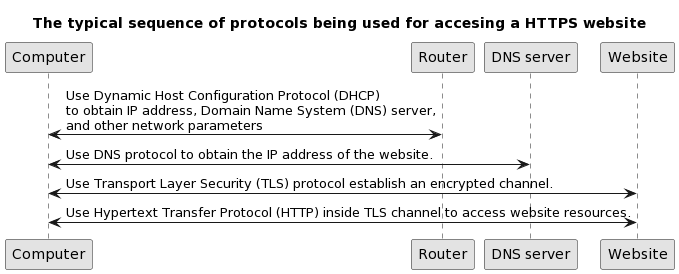
Above: paper/graphics/puml/typical-sequence-of-https.png in YongBinnnnnnnnnnnnnnnnnnnnnnnnnnnnnnnnn/hood (PlantUML), before the change.
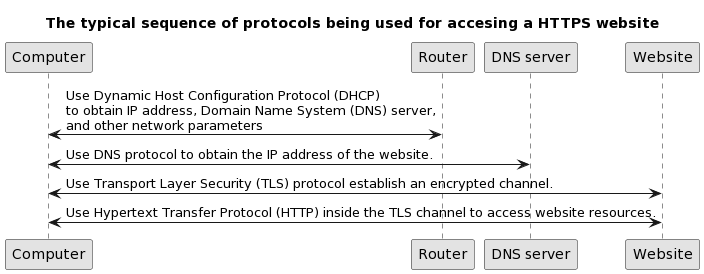
After the change.

Commit message:
update typical-sequence-of-https

What changed in the source:
```diff
@@ -13,5 +13,5 @@
 Computer <-> Router: Use Dynamic Host Configuration Protocol (DHCP)\nto obtain IP address, Domain Name System (DNS) server,\nand other network parameters
 Computer <-> DNS: Use DNS protocol to obtain the IP address of the website.
 Computer <-> Website: Use Transport Layer Security (TLS) protocol establish an encrypted channel.
-Computer <-> Website: Use Hypertext Transfer Protocol (HTTP) inside TLS channel to access website resources.
+Computer <-> Website: Use Hypertext Transfer Protocol (HTTP) inside the TLS channel to access website resources.
 @enduml
```
